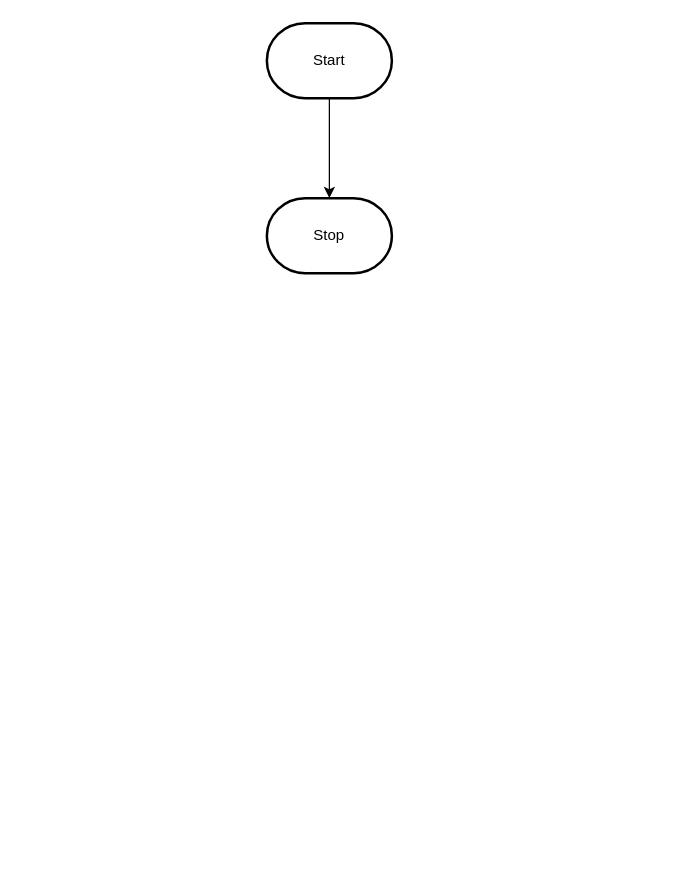
The draw.io diagram design/flowchart.drawio in MTHS-TEJ2O-1-2023/TEJ2O-Unit-5-05-Julianne-Leblanc-Peltier, before the edit. Source tidied: cells renumbered, new cells numbered last; positions are measured from the earlier drawing's top-left corner, leaving out a move shared by most shapes. Both pictures are drawn from the tidied source at 125%, with x=0, y=0 at pixel (266, 22).
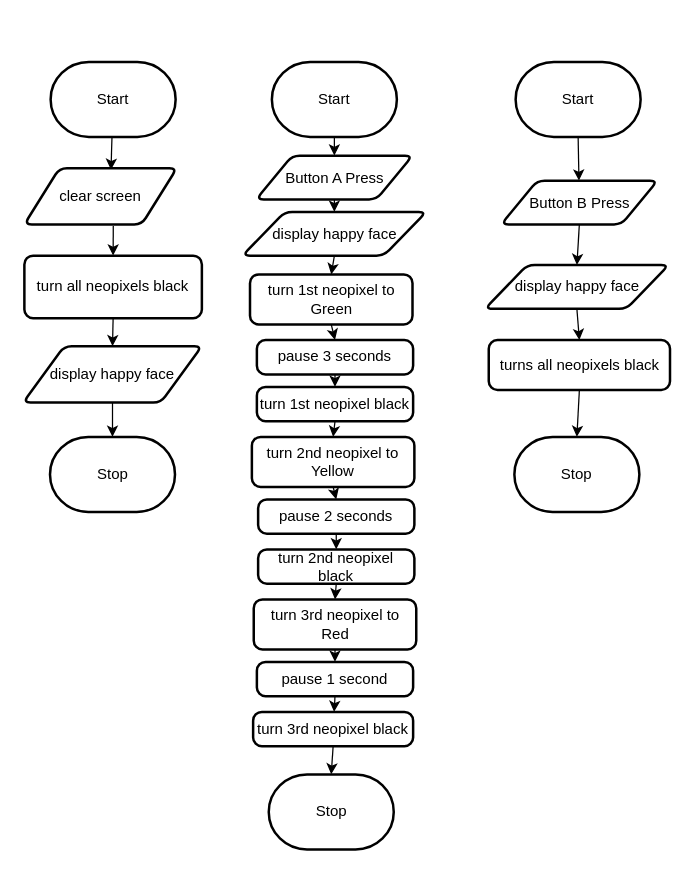
The same diagram, later.

Commit message (it also covers changes not shown here):
python code

Change to the diagram source:
```diff
@@
-    <mxCell id="2" style="edgeStyle=orthogonalEdgeStyle;html=1;rounded=0;" parent="1" edge="1" source="3" target="4">
-      <mxGeometry relative="1" as="geometry" />
-    </mxCell>
     <mxCell id="3" value="Start" style="strokeWidth=2;html=1;shape=mxgraph.flowchart.terminator;whiteSpace=wrap;" parent="1" vertex="1">
-      <mxGeometry width="100" height="60" as="geometry" />
+      <mxGeometry x="-173" y="31" width="100" height="60" as="geometry" />
     </mxCell>
     <mxCell id="4" value="Stop" style="strokeWidth=2;html=1;shape=mxgraph.flowchart.terminator;whiteSpace=wrap;" parent="1" vertex="1">
-      <mxGeometry y="140" width="100" height="60" as="geometry" />
+      <mxGeometry x="-173.5" y="331" width="100" height="60" as="geometry" />
     </mxCell>
+    <mxCell id="5" value="Start" style="strokeWidth=2;html=1;shape=mxgraph.flowchart.terminator;whiteSpace=wrap;" parent="1" vertex="1">
+      <mxGeometry x="4" y="31" width="100" height="60" as="geometry" />
+    </mxCell>
+    <mxCell id="6" value="Stop" style="strokeWidth=2;html=1;shape=mxgraph.flowchart.terminator;whiteSpace=wrap;" parent="1" vertex="1">
+      <mxGeometry x="1.5" y="601" width="100" height="60" as="geometry" />
+    </mxCell>
+    <mxCell id="7" style="edgeStyle=none;html=1;exitX=0.5;exitY=1;exitDx=0;exitDy=0;entryX=0.5;entryY=0;entryDx=0;entryDy=0;startArrow=none;startFill=0;endArrow=classic;endFill=1;" parent="1" edge="1" source="8" target="17">
+      <mxGeometry relative="1" as="geometry" />
+    </mxCell>
+    <mxCell id="8" value="turn all neopixels black" style="rounded=1;whiteSpace=wrap;html=1;absoluteArcSize=1;arcSize=14;strokeWidth=2;" parent="1" vertex="1">
+      <mxGeometry x="-194" y="186" width="142" height="50" as="geometry" />
+    </mxCell>
+    <mxCell id="9" style="edgeStyle=none;html=1;exitX=0.5;exitY=1;exitDx=0;exitDy=0;entryX=0.5;entryY=0;entryDx=0;entryDy=0;startArrow=none;startFill=0;endArrow=classic;endFill=1;" parent="1" edge="1" source="10" target="24">
+      <mxGeometry relative="1" as="geometry" />
+    </mxCell>
+    <mxCell id="10" value="turn 1st neopixel to Green" style="rounded=1;whiteSpace=wrap;html=1;absoluteArcSize=1;arcSize=14;strokeWidth=2;" parent="1" vertex="1">
+      <mxGeometry x="-13.5" y="201" width="130" height="40" as="geometry" />
+    </mxCell>
+    <mxCell id="11" style="edgeStyle=none;html=1;exitX=0.5;exitY=1;exitDx=0;exitDy=0;exitPerimeter=0;startArrow=none;startFill=0;endArrow=classic;endFill=1;" parent="1" edge="1" source="12" target="41">
+      <mxGeometry relative="1" as="geometry" />
+    </mxCell>
+    <mxCell id="12" value="Start" style="strokeWidth=2;html=1;shape=mxgraph.flowchart.terminator;whiteSpace=wrap;" parent="1" vertex="1">
+      <mxGeometry x="199" y="31" width="100" height="60" as="geometry" />
+    </mxCell>
+    <mxCell id="13" style="edgeStyle=none;html=1;endArrow=none;endFill=0;exitX=0.568;exitY=0.03;exitDx=0;exitDy=0;exitPerimeter=0;startArrow=classic;startFill=1;" parent="1" edge="1" source="15" target="3">
+      <mxGeometry relative="1" as="geometry" />
+    </mxCell>
+    <mxCell id="14" style="edgeStyle=none;html=1;exitX=0.583;exitY=1.027;exitDx=0;exitDy=0;entryX=0.5;entryY=0;entryDx=0;entryDy=0;startArrow=none;startFill=0;endArrow=classic;endFill=1;exitPerimeter=0;" parent="1" edge="1" source="15" target="8">
+      <mxGeometry relative="1" as="geometry" />
+    </mxCell>
+    <mxCell id="15" value="clear screen" style="shape=parallelogram;html=1;strokeWidth=2;perimeter=parallelogramPerimeter;whiteSpace=wrap;rounded=1;arcSize=12;size=0.23;" parent="1" vertex="1">
+      <mxGeometry x="-194" y="116" width="122" height="45" as="geometry" />
+    </mxCell>
+    <mxCell id="16" style="edgeStyle=none;html=1;exitX=0.5;exitY=1;exitDx=0;exitDy=0;entryX=0.5;entryY=0;entryDx=0;entryDy=0;entryPerimeter=0;startArrow=none;startFill=0;endArrow=classic;endFill=1;" parent="1" edge="1" source="17" target="4">
+      <mxGeometry relative="1" as="geometry" />
+    </mxCell>
+    <mxCell id="17" value="display happy face" style="shape=parallelogram;html=1;strokeWidth=2;perimeter=parallelogramPerimeter;whiteSpace=wrap;rounded=1;arcSize=12;size=0.23;" parent="1" vertex="1">
+      <mxGeometry x="-195" y="258.5" width="143" height="45" as="geometry" />
+    </mxCell>
+    <mxCell id="18" style="edgeStyle=orthogonalEdgeStyle;html=1;rounded=0;startArrow=none;entryX=0.5;entryY=0;entryDx=0;entryDy=0;entryPerimeter=0;exitX=0.5;exitY=1;exitDx=0;exitDy=0;exitPerimeter=0;endArrow=classic;endFill=1;" parent="1" edge="1" source="5" target="20">
+      <mxGeometry relative="1" as="geometry" />
+    </mxCell>
+    <mxCell id="19" style="edgeStyle=none;html=1;exitX=0.5;exitY=1;exitDx=0;exitDy=0;startArrow=none;startFill=0;endArrow=classic;endFill=1;" parent="1" edge="1" source="20" target="22">
+      <mxGeometry relative="1" as="geometry" />
+    </mxCell>
+    <mxCell id="20" value="Button A Press" style="shape=parallelogram;html=1;strokeWidth=2;perimeter=parallelogramPerimeter;whiteSpace=wrap;rounded=1;arcSize=12;size=0.23;" parent="1" vertex="1">
+      <mxGeometry x="-8.5" y="106" width="125" height="35" as="geometry" />
+    </mxCell>
+    <mxCell id="21" style="edgeStyle=none;html=1;exitX=0.5;exitY=1;exitDx=0;exitDy=0;entryX=0.5;entryY=0;entryDx=0;entryDy=0;startArrow=none;startFill=0;endArrow=classic;endFill=1;" parent="1" edge="1" source="22" target="10">
+      <mxGeometry relative="1" as="geometry" />
+    </mxCell>
+    <mxCell id="22" value="display happy face" style="shape=parallelogram;html=1;strokeWidth=2;perimeter=parallelogramPerimeter;whiteSpace=wrap;rounded=1;arcSize=12;size=0.23;" parent="1" vertex="1">
+      <mxGeometry x="-19.5" y="151" width="147" height="35" as="geometry" />
+    </mxCell>
+    <mxCell id="23" style="edgeStyle=none;html=1;exitX=0.5;exitY=1;exitDx=0;exitDy=0;entryX=0.5;entryY=0;entryDx=0;entryDy=0;startArrow=none;startFill=0;endArrow=classic;endFill=1;" parent="1" edge="1" source="24" target="26">
+      <mxGeometry relative="1" as="geometry" />
+    </mxCell>
+    <mxCell id="24" value="pause 3 seconds" style="rounded=1;whiteSpace=wrap;html=1;absoluteArcSize=1;arcSize=14;strokeWidth=2;" parent="1" vertex="1">
+      <mxGeometry x="-8" y="253.5" width="125" height="27.5" as="geometry" />
+    </mxCell>
+    <mxCell id="25" style="edgeStyle=none;html=1;exitX=0.5;exitY=1;exitDx=0;exitDy=0;entryX=0.5;entryY=0;entryDx=0;entryDy=0;startArrow=none;startFill=0;endArrow=classic;endFill=1;" parent="1" edge="1" source="26" target="28">
+      <mxGeometry relative="1" as="geometry" />
+    </mxCell>
+    <mxCell id="26" value="turn 1st neopixel black" style="rounded=1;whiteSpace=wrap;html=1;absoluteArcSize=1;arcSize=14;strokeWidth=2;" parent="1" vertex="1">
+      <mxGeometry x="-8" y="291" width="125" height="27.5" as="geometry" />
+    </mxCell>
+    <mxCell id="27" style="edgeStyle=none;html=1;exitX=0.5;exitY=1;exitDx=0;exitDy=0;entryX=0.5;entryY=0;entryDx=0;entryDy=0;startArrow=none;startFill=0;endArrow=classic;endFill=1;" parent="1" edge="1" source="28" target="30">
+      <mxGeometry relative="1" as="geometry" />
+    </mxCell>
+    <mxCell id="28" value="turn 2nd neopixel to Yellow" style="rounded=1;whiteSpace=wrap;html=1;absoluteArcSize=1;arcSize=14;strokeWidth=2;" parent="1" vertex="1">
+      <mxGeometry x="-12" y="331" width="130" height="40" as="geometry" />
+    </mxCell>
+    <mxCell id="29" style="edgeStyle=none;html=1;exitX=0.5;exitY=1;exitDx=0;exitDy=0;entryX=0.5;entryY=0;entryDx=0;entryDy=0;startArrow=none;startFill=0;endArrow=classic;endFill=1;" parent="1" edge="1" source="30" target="32">
+      <mxGeometry relative="1" as="geometry" />
+    </mxCell>
+    <mxCell id="30" value="pause 2 seconds" style="rounded=1;whiteSpace=wrap;html=1;absoluteArcSize=1;arcSize=14;strokeWidth=2;" parent="1" vertex="1">
+      <mxGeometry x="-7" y="381" width="125" height="27.5" as="geometry" />
+    </mxCell>
+    <mxCell id="31" style="edgeStyle=none;html=1;exitX=0.5;exitY=1;exitDx=0;exitDy=0;entryX=0.5;entryY=0;entryDx=0;entryDy=0;startArrow=none;startFill=0;endArrow=classic;endFill=1;" parent="1" edge="1" source="32" target="34">
+      <mxGeometry relative="1" as="geometry" />
+    </mxCell>
+    <mxCell id="32" value="turn 2nd neopixel black" style="rounded=1;whiteSpace=wrap;html=1;absoluteArcSize=1;arcSize=14;strokeWidth=2;" parent="1" vertex="1">
+      <mxGeometry x="-7" y="421" width="125" height="27.5" as="geometry" />
+    </mxCell>
+    <mxCell id="33" style="edgeStyle=none;html=1;exitX=0.5;exitY=1;exitDx=0;exitDy=0;entryX=0.5;entryY=0;entryDx=0;entryDy=0;startArrow=none;startFill=0;endArrow=classic;endFill=1;" parent="1" edge="1" source="34" target="36">
+      <mxGeometry relative="1" as="geometry" />
+    </mxCell>
+    <mxCell id="34" value="turn 3rd neopixel to Red" style="rounded=1;whiteSpace=wrap;html=1;absoluteArcSize=1;arcSize=14;strokeWidth=2;" parent="1" vertex="1">
+      <mxGeometry x="-10.5" y="461" width="130" height="40" as="geometry" />
+    </mxCell>
+    <mxCell id="35" style="edgeStyle=none;html=1;exitX=0.5;exitY=1;exitDx=0;exitDy=0;startArrow=none;startFill=0;endArrow=classic;endFill=1;" parent="1" edge="1" source="36" target="38">
+      <mxGeometry relative="1" as="geometry" />
+    </mxCell>
+    <mxCell id="36" value="pause 1 second" style="rounded=1;whiteSpace=wrap;html=1;absoluteArcSize=1;arcSize=14;strokeWidth=2;" parent="1" vertex="1">
+      <mxGeometry x="-8" y="511" width="125" height="27.5" as="geometry" />
+    </mxCell>
+    <mxCell id="37" style="edgeStyle=none;html=1;exitX=0.5;exitY=1;exitDx=0;exitDy=0;entryX=0.5;entryY=0;entryDx=0;entryDy=0;entryPerimeter=0;startArrow=none;startFill=0;endArrow=classic;endFill=1;" parent="1" edge="1" source="38" target="6">
+      <mxGeometry relative="1" as="geometry" />
+    </mxCell>
+    <mxCell id="38" value="turn 3rd neopixel black" style="rounded=1;whiteSpace=wrap;html=1;absoluteArcSize=1;arcSize=14;strokeWidth=2;" parent="1" vertex="1">
+      <mxGeometry x="-11" y="551" width="128" height="27.5" as="geometry" />
+    </mxCell>
+    <mxCell id="39" value="Stop" style="strokeWidth=2;html=1;shape=mxgraph.flowchart.terminator;whiteSpace=wrap;" parent="1" vertex="1">
+      <mxGeometry x="198" y="331" width="100" height="60" as="geometry" />
+    </mxCell>
+    <mxCell id="40" style="edgeStyle=none;html=1;exitX=0.5;exitY=1;exitDx=0;exitDy=0;entryX=0.5;entryY=0;entryDx=0;entryDy=0;startArrow=none;startFill=0;endArrow=classic;endFill=1;" parent="1" edge="1" source="41" target="45">
+      <mxGeometry relative="1" as="geometry" />
+    </mxCell>
+    <mxCell id="41" value="Button B Press" style="shape=parallelogram;html=1;strokeWidth=2;perimeter=parallelogramPerimeter;whiteSpace=wrap;rounded=1;arcSize=12;size=0.23;" parent="1" vertex="1">
+      <mxGeometry x="187.5" y="126" width="125" height="35" as="geometry" />
+    </mxCell>
+    <mxCell id="42" style="edgeStyle=none;html=1;exitX=0.5;exitY=1;exitDx=0;exitDy=0;entryX=0.5;entryY=0;entryDx=0;entryDy=0;entryPerimeter=0;startArrow=none;startFill=0;endArrow=classic;endFill=1;" parent="1" edge="1" source="43" target="39">
+      <mxGeometry relative="1" as="geometry" />
+    </mxCell>
+    <mxCell id="43" value="turns all neopixels black" style="rounded=1;whiteSpace=wrap;html=1;absoluteArcSize=1;arcSize=14;strokeWidth=2;" parent="1" vertex="1">
+      <mxGeometry x="177.5" y="253.5" width="145" height="40" as="geometry" />
+    </mxCell>
+    <mxCell id="44" style="edgeStyle=none;html=1;exitX=0.5;exitY=1;exitDx=0;exitDy=0;entryX=0.5;entryY=0;entryDx=0;entryDy=0;startArrow=none;startFill=0;endArrow=classic;endFill=1;" parent="1" edge="1" source="45" target="43">
+      <mxGeometry relative="1" as="geometry" />
+    </mxCell>
+    <mxCell id="45" value="display happy face" style="shape=parallelogram;html=1;strokeWidth=2;perimeter=parallelogramPerimeter;whiteSpace=wrap;rounded=1;arcSize=12;size=0.23;" parent="1" vertex="1">
+      <mxGeometry x="174.5" y="193.5" width="147" height="35" as="geometry" />
+    </mxCell>
```
